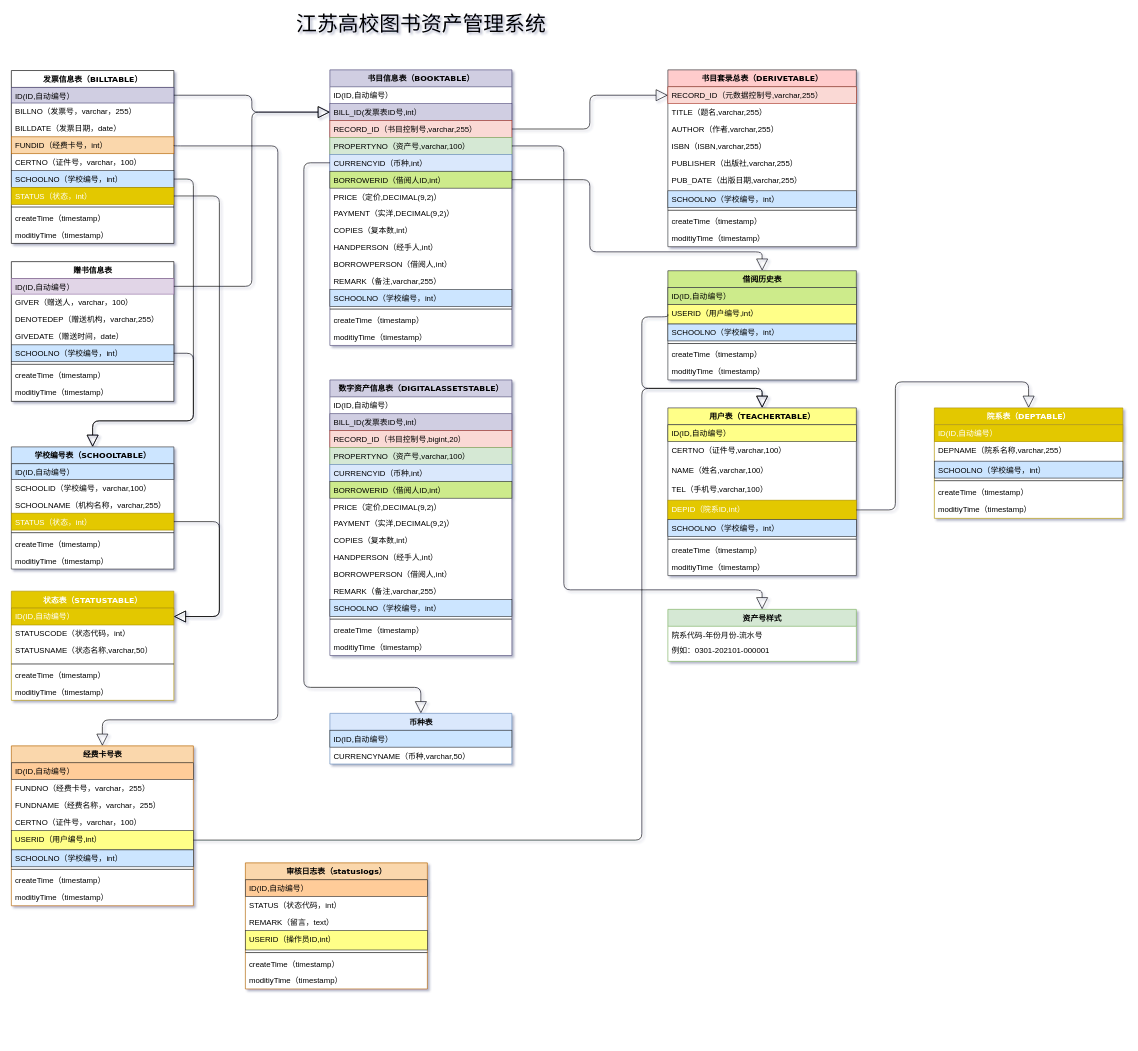
yisqiu/SimpleMap-wx keeps this draw.io diagram as 图书资产管理系统.drawio. Above is the earlier version. Source tidied: cells renumbered, new cells numbered last; positions are measured from the earlier drawing's top-left corner, leaving out a move shared by most shapes. Both pictures are drawn from the tidied source at 65%, with x=0, y=0 at pixel (11, 11).
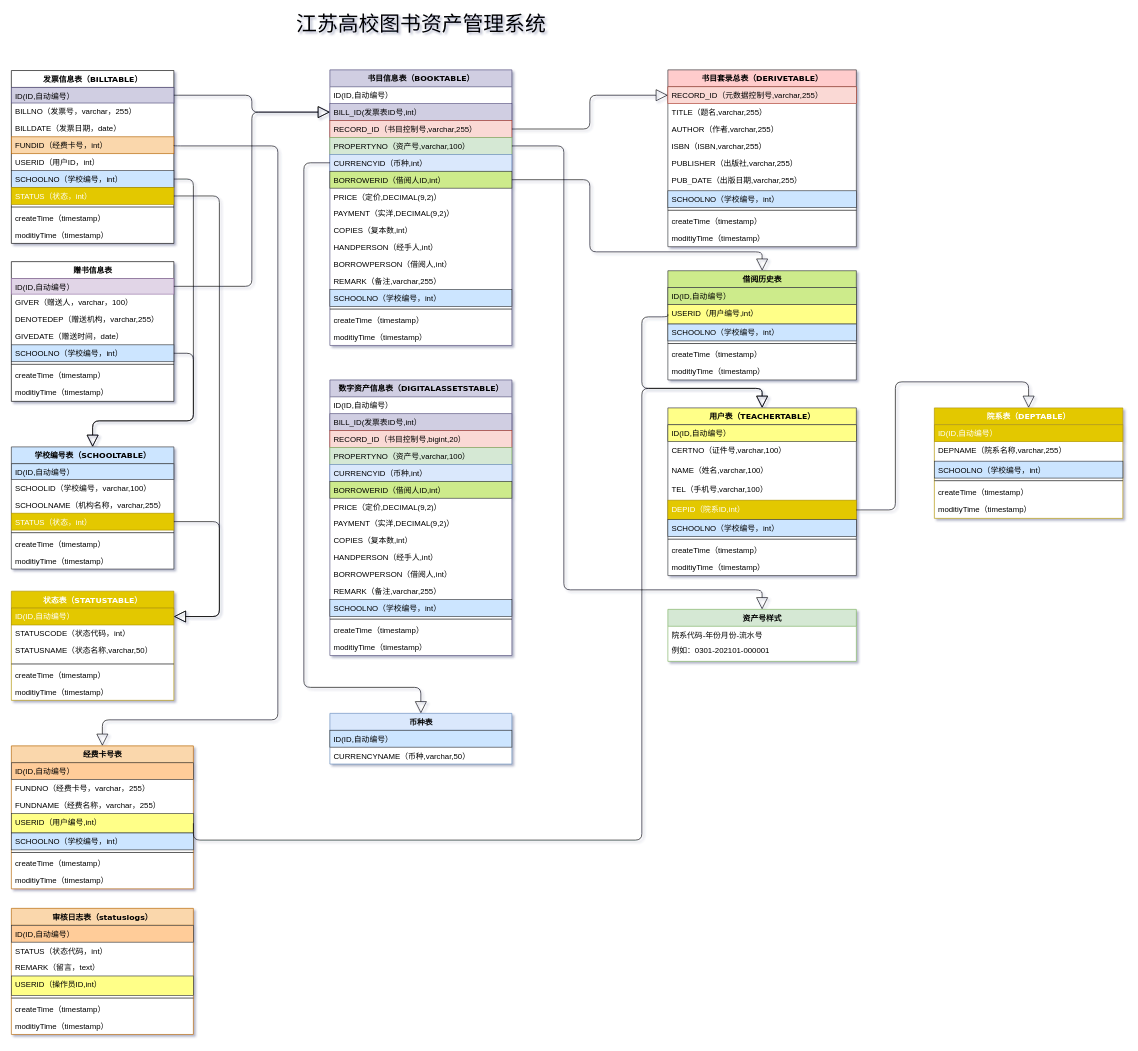
Above is the later version.

Commit message:
更新图书资产管理系统.drawio

The change refers to these unchanged cells:
```xml
<mxCell id="2" value="发票信息表（BILLTABLE）" style="swimlane;html=1;fontStyle=1;align=center;verticalAlign=top;horizontal=1;startSize=26;swimlaneFillColor=#ffffff;shadow=0;comic=0;labelBackgroundColor=none;strokeWidth=1;fontFamily=Verdana;fontSize=12;" parent="1" vertex="1">
  <mxGeometry y="91" width="250" height="266" as="geometry" />
</mxCell>
```

The edit, as a diff of the source:
```diff
@@
-    <mxCell id="7" value="CERTNO（证件号，varchar，100）" style="text;html=1;strokeColor=none;fillColor=none;align=left;verticalAlign=top;spacingLeft=4;spacingRight=4;whiteSpace=wrap;overflow=hidden;" parent="2" vertex="1">
+    <mxCell id="7" value="USERID（用户ID，int）" style="text;html=1;strokeColor=none;fillColor=none;align=left;verticalAlign=top;spacingLeft=4;spacingRight=4;whiteSpace=wrap;overflow=hidden;" parent="2" vertex="1">
       <mxGeometry y="128" width="250" height="26" as="geometry" />
     </mxCell>
@@
     <mxCell id="13" value="经费卡号表" style="swimlane;html=1;fontStyle=1;align=center;verticalAlign=top;horizontal=1;startSize=26;swimlaneFillColor=#ffffff;shadow=0;comic=0;labelBackgroundColor=none;strokeWidth=1;fillColor=#fad7ac;fontFamily=Verdana;fontSize=12;strokeColor=#b46504;" parent="1" vertex="1">
-      <mxGeometry y="1130" width="280" height="246" as="geometry" />
+      <mxGeometry y="1130" width="280" height="220" as="geometry" />
     </mxCell>
@@
-    <mxCell id="17" value="CERTNO（证件号，varchar，100）" style="text;html=1;strokeColor=none;fillColor=none;align=left;verticalAlign=top;spacingLeft=4;spacingRight=4;whiteSpace=wrap;overflow=hidden;" parent="13" vertex="1">
-      <mxGeometry y="104" width="280" height="26" as="geometry" />
-    </mxCell>
     <mxCell id="18" value="USERID（用户编号,int）" style="text;html=1;strokeColor=#36393d;fillColor=#ffff88;align=left;verticalAlign=top;spacingLeft=4;spacingRight=4;whiteSpace=wrap;overflow=hidden;points=[[0,0.5],[1,0.5]];portConstraint=eastwest;" parent="13" vertex="1">
-      <mxGeometry y="130" width="280" height="30" as="geometry" />
+      <mxGeometry y="104" width="280" height="30" as="geometry" />
     </mxCell>
     <mxCell id="19" value="SCHOOLNO（学校编号，int）" style="text;html=1;strokeColor=#36393d;fillColor=#cce5ff;align=left;verticalAlign=top;spacingLeft=4;spacingRight=4;whiteSpace=wrap;overflow=hidden;" parent="13" vertex="1">
-      <mxGeometry y="160" width="280" height="26" as="geometry" />
+      <mxGeometry y="134" width="280" height="26" as="geometry" />
     </mxCell>
     <mxCell id="20" style="line;html=1;strokeWidth=1;fillColor=none;align=left;verticalAlign=middle;spacingTop=-1;spacingLeft=3;spacingRight=3;labelPosition=right;" parent="13" vertex="1">
-      <mxGeometry y="186" width="280" height="8" as="geometry" />
+      <mxGeometry y="160" width="280" height="8" as="geometry" />
     </mxCell>
     <mxCell id="21" value="createTime（timestamp）" style="text;html=1;strokeColor=none;fillColor=none;align=left;verticalAlign=top;spacingLeft=4;spacingRight=4;whiteSpace=wrap;overflow=hidden;" parent="13" vertex="1">
-      <mxGeometry y="194" width="280" height="26" as="geometry" />
+      <mxGeometry y="168" width="280" height="26" as="geometry" />
     </mxCell>
     <mxCell id="22" value="moditiyTime（timestamp）" style="text;html=1;strokeColor=none;fillColor=none;align=left;verticalAlign=top;spacingLeft=4;spacingRight=4;whiteSpace=wrap;overflow=hidden;" parent="13" vertex="1">
-      <mxGeometry y="220" width="280" height="26" as="geometry" />
+      <mxGeometry y="194" width="280" height="26" as="geometry" />
     </mxCell>
@@
     <mxCell id="137" value="审核日志表（statuslogs）" style="swimlane;html=1;fontStyle=1;align=center;verticalAlign=top;horizontal=1;startSize=26;swimlaneFillColor=#ffffff;shadow=0;comic=0;labelBackgroundColor=none;strokeWidth=1;fillColor=#fad7ac;fontFamily=Verdana;fontSize=12;strokeColor=#b46504;" parent="1" vertex="1">
-      <mxGeometry x="360" y="1310" width="280" height="194" as="geometry" />
+      <mxGeometry y="1380" width="280" height="194" as="geometry" />
     </mxCell>
```
